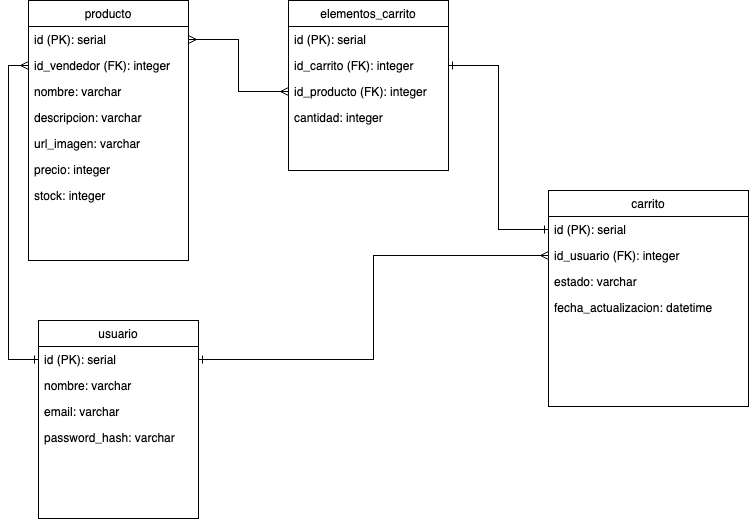
Jesus-Medina/Proyecto-Final-Vegan-Marketplace keeps this draw.io diagram as docs/arquitectura/database.drawio.png. Above is the earlier version. Source tidied: cells renumbered, new cells last; positions are measured from the earlier drawing's top-left corner, leaving out a move shared by most shapes.
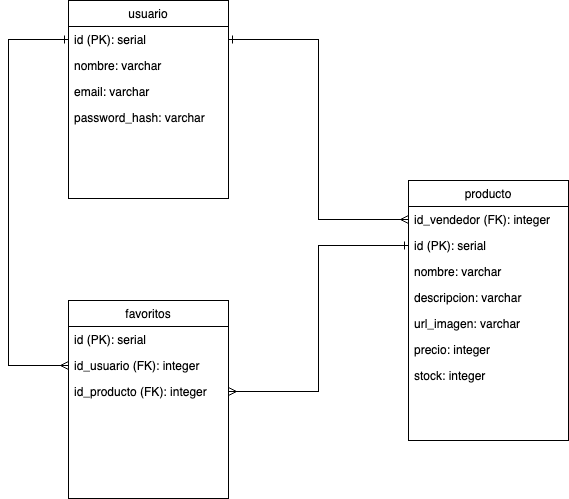
Later version of the same file.

Commit message:
ajuste base de datos

Change to the diagram source:
```diff
@@ -2,11 +2,8 @@
   <root>
     <mxCell id="0" />
     <mxCell id="1" parent="0" />
-    <mxCell id="2" style="edgeStyle=orthogonalEdgeStyle;rounded=0;jettySize=auto;html=1;exitX=1;exitY=0.5;exitDx=0;exitDy=0;entryX=0;entryY=0.5;entryDx=0;entryDy=0;endArrow=ERmany;endFill=0;startArrow=ERmany;startFill=0;" parent="1" edge="1" source="9" target="19">
-      <mxGeometry relative="1" as="geometry" />
-    </mxCell>
     <mxCell id="3" value="usuario" style="swimlane;fontStyle=0;align=center;verticalAlign=top;horizontal=1;startSize=26;rounded=0;shadow=0;strokeWidth=1;" parent="1" vertex="1">
-      <mxGeometry x="10" y="320" width="160" height="198" as="geometry" />
+      <mxGeometry x="140" y="-260" width="160" height="198" as="geometry" />
     </mxCell>
     <mxCell id="4" value="id (PK): serial" style="text;align=left;verticalAlign=top;spacingLeft=4;spacingRight=4;overflow=hidden;points=[[0,0.5],[1,0.5]];portConstraint=eastwest;" parent="3" vertex="1">
       <mxGeometry y="26" width="160" height="26" as="geometry" />
@@ -21,14 +18,14 @@
       <mxGeometry y="104" width="160" height="26" as="geometry" />
     </mxCell>
     <mxCell id="8" value="producto" style="swimlane;fontStyle=0;align=center;verticalAlign=top;horizontal=1;startSize=26;rounded=0;shadow=0;strokeWidth=1;" parent="1" vertex="1">
-      <mxGeometry width="160" height="260" as="geometry" />
+      <mxGeometry x="480" y="-80" width="160" height="260" as="geometry" />
     </mxCell>
+    <mxCell id="10" value="id_vendedor (FK): integer" style="text;align=left;verticalAlign=top;spacingLeft=4;spacingRight=4;overflow=hidden;points=[[0,0.5],[1,0.5]];portConstraint=eastwest;rounded=0;shadow=0;html=0;" parent="8" vertex="1">
+      <mxGeometry y="26" width="160" height="26" as="geometry" />
+    </mxCell>
     <mxCell id="9" value="id (PK): serial" style="text;align=left;verticalAlign=top;spacingLeft=4;spacingRight=4;overflow=hidden;points=[[0,0.5],[1,0.5]];portConstraint=eastwest;" parent="8" vertex="1">
-      <mxGeometry y="26" width="160" height="26" as="geometry" />
+      <mxGeometry y="52" width="160" height="26" as="geometry" />
     </mxCell>
-    <mxCell id="10" value="id_vendedor (FK): integer" style="text;align=left;verticalAlign=top;spacingLeft=4;spacingRight=4;overflow=hidden;points=[[0,0.5],[1,0.5]];portConstraint=eastwest;rounded=0;shadow=0;html=0;" parent="8" vertex="1">
-      <mxGeometry y="52" width="160" height="26" as="geometry" />
-    </mxCell>
     <mxCell id="11" value="nombre: varchar" style="text;align=left;verticalAlign=top;spacingLeft=4;spacingRight=4;overflow=hidden;" parent="8" vertex="1">
       <mxGeometry y="78" width="160" height="26" as="geometry" />
     </mxCell>
@@ -44,44 +41,31 @@
     <mxCell id="15" value="stock: integer" style="text;align=left;verticalAlign=top;spacingLeft=4;spacingRight=4;overflow=hidden;" parent="8" vertex="1">
       <mxGeometry y="182" width="160" height="26" as="geometry" />
     </mxCell>
-    <mxCell id="16" value="elementos_carrito" style="swimlane;fontStyle=0;align=center;verticalAlign=top;horizontal=1;startSize=26;rounded=0;shadow=0;strokeWidth=1;" parent="1" vertex="1">
-      <mxGeometry x="260" width="160" height="170" as="geometry" />
-    </mxCell>
+    <mxCell id="28" style="edgeStyle=orthogonalEdgeStyle;rounded=0;jettySize=auto;html=1;exitX=0;exitY=0.5;exitDx=0;exitDy=0;entryX=1;entryY=0.5;entryDx=0;entryDy=0;startArrow=ERmany;startFill=0;endArrow=ERone;endFill=0;" parent="1" edge="1" source="10" target="4">
+      <mxGeometry relative="1" as="geometry" />
+    </mxCell>
+    <mxCell id="29" value="favoritos" style="swimlane;fontStyle=0;align=center;verticalAlign=top;horizontal=1;startSize=26;rounded=0;shadow=0;strokeWidth=1;" parent="1" vertex="1">
+      <mxGeometry x="140" y="40" width="160" height="198" as="geometry" />
+    </mxCell>
-    <mxCell id="17" value="id (PK): serial" style="text;align=left;verticalAlign=top;spacingLeft=4;spacingRight=4;overflow=hidden;" parent="16" vertex="1">
+    <mxCell id="17" value="id (PK): serial" style="text;align=left;verticalAlign=top;spacingLeft=4;spacingRight=4;overflow=hidden;" parent="29" vertex="1">
       <mxGeometry y="26" width="160" height="26" as="geometry" />
     </mxCell>
-    <mxCell id="18" value="id_carrito (FK): integer" style="text;align=left;verticalAlign=top;spacingLeft=4;spacingRight=4;overflow=hidden;points=[[0,0.5],[1,0.5]];portConstraint=eastwest;" parent="16" vertex="1">
-      <mxGeometry y="52" width="160" height="26" as="geometry" />
-    </mxCell>
+    <mxCell id="23" value="id_usuario (FK): integer" style="text;align=left;verticalAlign=top;spacingLeft=4;spacingRight=4;overflow=hidden;points=[[0,0.5],[1,0.5]];portConstraint=eastwest;rounded=0;shadow=0;html=0;" parent="29" vertex="1">
+      <mxGeometry y="52" width="160" height="26" as="geometry" />
+    </mxCell>
-    <mxCell id="19" value="id_producto (FK): integer" style="text;align=left;verticalAlign=top;spacingLeft=4;spacingRight=4;overflow=hidden;points=[[0,0.5],[1,0.5]];portConstraint=eastwest;" parent="16" vertex="1">
+    <mxCell id="19" value="id_producto (FK): integer" style="text;align=left;verticalAlign=top;spacingLeft=4;spacingRight=4;overflow=hidden;points=[[0,0.5],[1,0.5]];portConstraint=eastwest;rounded=0;shadow=0;html=0;" parent="29" vertex="1">
       <mxGeometry y="78" width="160" height="26" as="geometry" />
     </mxCell>
-    <mxCell id="20" value="cantidad: integer" style="text;align=left;verticalAlign=top;spacingLeft=4;spacingRight=4;overflow=hidden;" parent="16" vertex="1">
-      <mxGeometry y="104" width="160" height="26" as="geometry" />
-    </mxCell>
-    <mxCell id="21" value="carrito" style="swimlane;fontStyle=0;align=center;verticalAlign=top;horizontal=1;startSize=26;rounded=0;shadow=0;strokeWidth=1;" parent="1" vertex="1">
-      <mxGeometry x="520" y="190" width="200" height="216" as="geometry" />
-    </mxCell>
-    <mxCell id="22" value="id (PK): serial" style="text;align=left;verticalAlign=top;spacingLeft=4;spacingRight=4;overflow=hidden;points=[[0,0.5],[1,0.5]];portConstraint=eastwest;" parent="21" vertex="1">
-      <mxGeometry y="26" width="200" height="26" as="geometry" />
-    </mxCell>
-    <mxCell id="23" value="id_usuario (FK): integer" style="text;align=left;verticalAlign=top;spacingLeft=4;spacingRight=4;overflow=hidden;points=[[0,0.5],[1,0.5]];portConstraint=eastwest;rounded=0;shadow=0;html=0;" parent="21" vertex="1">
-      <mxGeometry y="52" width="200" height="26" as="geometry" />
-    </mxCell>
-    <mxCell id="24" value="estado: varchar" style="text;align=left;verticalAlign=top;spacingLeft=4;spacingRight=4;overflow=hidden;rounded=0;shadow=0;html=0;" parent="21" vertex="1">
-      <mxGeometry y="78" width="200" height="26" as="geometry" />
-    </mxCell>
-    <mxCell id="25" value="fecha_actualizacion: datetime" style="text;align=left;verticalAlign=top;spacingLeft=4;spacingRight=4;overflow=hidden;rounded=0;shadow=0;html=0;" parent="21" vertex="1">
-      <mxGeometry y="104" width="200" height="26" as="geometry" />
-    </mxCell>
-    <mxCell id="26" style="edgeStyle=orthogonalEdgeStyle;rounded=0;jettySize=auto;html=1;exitX=1;exitY=0.5;exitDx=0;exitDy=0;entryX=0;entryY=0.5;entryDx=0;entryDy=0;endArrow=ERmany;endFill=0;startArrow=ERone;startFill=0;" parent="1" edge="1" source="4" target="23">
-      <mxGeometry relative="1" as="geometry" />
+    <mxCell id="26" style="edgeStyle=orthogonalEdgeStyle;rounded=0;jettySize=auto;html=1;endArrow=ERmany;endFill=0;entryX=0;entryY=0.5;entryDx=0;entryDy=0;startArrow=ERone;startFill=0;" parent="1" edge="1" source="4" target="23">
+      <mxGeometry relative="1" as="geometry">
+        <Array as="points">
+          <mxPoint x="80" y="-221" />
+          <mxPoint x="80" y="105" />
+        </Array>
+      </mxGeometry>
     </mxCell>
-    <mxCell id="27" style="edgeStyle=orthogonalEdgeStyle;rounded=0;jettySize=auto;html=1;exitX=1;exitY=0.5;exitDx=0;exitDy=0;entryX=0;entryY=0.5;entryDx=0;entryDy=0;startArrow=ERone;startFill=0;endArrow=ERone;endFill=0;" parent="1" edge="1" source="18" target="22">
-      <mxGeometry relative="1" as="geometry" />
-    </mxCell>
-    <mxCell id="28" style="edgeStyle=orthogonalEdgeStyle;rounded=0;jettySize=auto;html=1;exitX=0;exitY=0.5;exitDx=0;exitDy=0;entryX=0;entryY=0.5;entryDx=0;entryDy=0;startArrow=ERmany;startFill=0;endArrow=ERone;endFill=0;" parent="1" edge="1" source="10" target="4">
-      <mxGeometry relative="1" as="geometry" />
-    </mxCell>
+    <mxCell id="2" style="edgeStyle=orthogonalEdgeStyle;rounded=0;jettySize=auto;html=1;exitX=0;exitY=0.5;exitDx=0;exitDy=0;entryX=1;entryY=0.5;entryDx=0;entryDy=0;endArrow=ERmany;endFill=0;startArrow=ERone;startFill=0;" parent="1" edge="1" source="9" target="19">
+      <mxGeometry relative="1" as="geometry" />
+    </mxCell>
   </root>
 </mxGraphModel>
```
